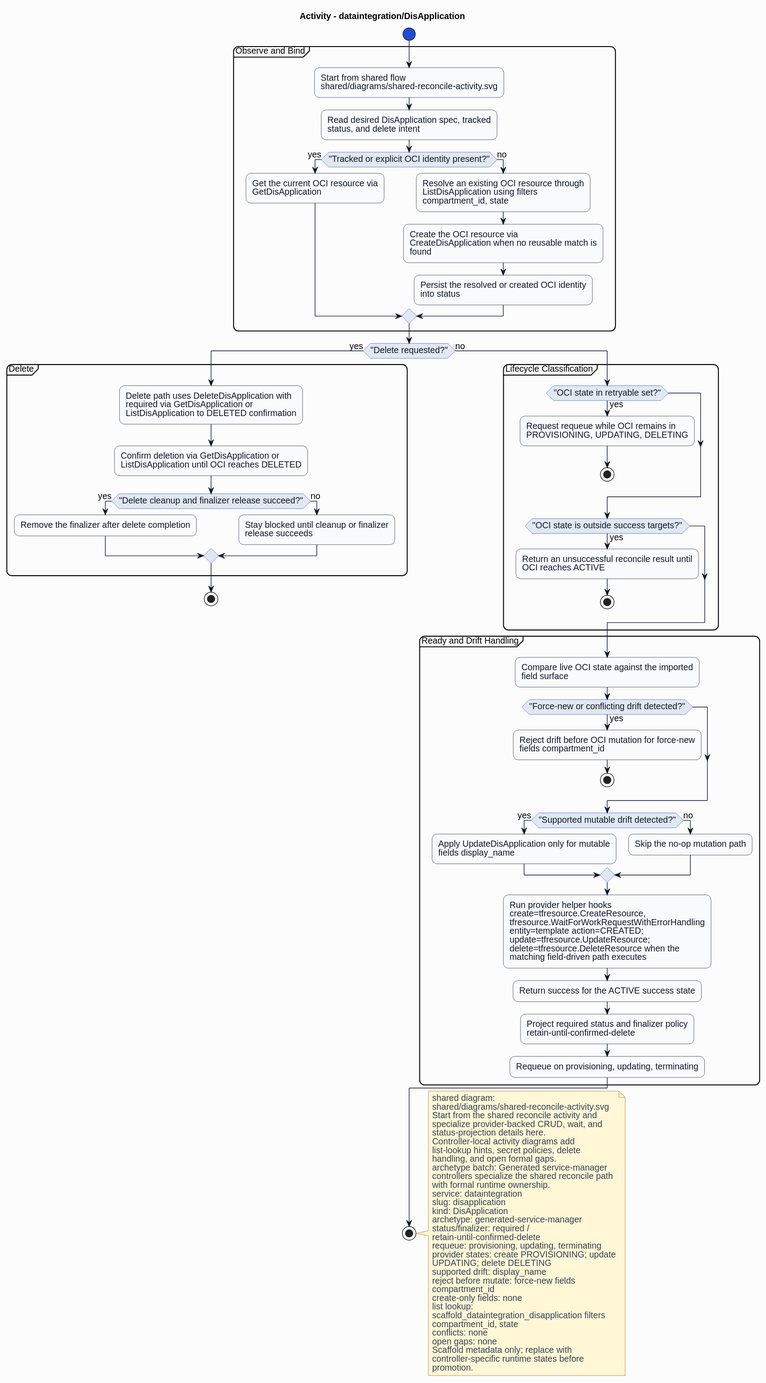
Earlier version of the PlantUML export formal/controllers/dataintegration/disapplication/diagrams/activity.svg (HaoyL666/oci-service-operator). The source it was exported from:
```plantuml
@startuml
skinparam shadowing false
skinparam backgroundColor #fcfcfd
skinparam defaultFontName Helvetica
skinparam defaultFontSize 14
skinparam arrowColor #0f172a
skinparam noteBackgroundColor #fff7d6
skinparam noteBorderColor #b45309
skinparam noteFontColor #334155
skinparam roundcorner 16
title Activity - dataintegration/DisApplication
skinparam activity {
  backgroundColor #f8fafc
  borderColor #0f172a
  fontColor #0f172a
  diamondBackgroundColor #e2e8f0
  diamondBorderColor #1d4ed8
  diamondFontColor #0f172a
  startColor #1d4ed8
  endColor #0f172a
  barColor #1d4ed8
}
start
partition "Observe and Bind" {
:Start from shared flow\nshared/diagrams/shared-reconcile-activity.svg;
:Read desired DisApplication spec, tracked\nstatus, and delete intent;
if ("Tracked or explicit OCI identity present?") then (yes)
:Get the current OCI resource via\nGetDisApplication;
else (no)
:Resolve an existing OCI resource through\nListDisApplication using filters\ncompartment_id, state;
:Create the OCI resource via\nCreateDisApplication when no reusable match is\nfound;
:Persist the resolved or created OCI identity\ninto status;
endif
}
if ("Delete requested?") then (yes)
partition "Delete" {
:Delete path uses DeleteDisApplication with\nrequired via GetDisApplication or\nListDisApplication to DELETED confirmation;
:Confirm deletion via GetDisApplication or\nListDisApplication until OCI reaches DELETED;
if ("Delete cleanup and finalizer release succeed?") then (yes)
:Remove the finalizer after delete completion;
else (no)
:Stay blocked until cleanup or finalizer\nrelease succeeds;
endif
}
stop
else (no)
partition "Lifecycle Classification" {
if ("OCI state in retryable set?") then (yes)
:Request requeue while OCI remains in\nPROVISIONING, UPDATING, DELETING;
stop
endif
if ("OCI state is outside success targets?") then (yes)
:Return an unsuccessful reconcile result until\nOCI reaches ACTIVE;
stop
endif
}
partition "Ready and Drift Handling" {
:Compare live OCI state against the imported\nfield surface;
if ("Force-new or conflicting drift detected?") then (yes)
:Reject drift before OCI mutation for force-new\nfields compartment_id;
stop
endif
if ("Supported mutable drift detected?") then (yes)
:Apply UpdateDisApplication only for mutable\nfields display_name;
else (no)
:Skip the no-op mutation path;
endif
:Run provider helper hooks\ncreate=tfresource.CreateResource,\ntfresource.WaitForWorkRequestWithErrorHandling\nentity=template action=CREATED;\nupdate=tfresource.UpdateResource;\ndelete=tfresource.DeleteResource when the\nmatching field-driven path executes;
:Return success for the ACTIVE success state;
:Project required status and finalizer policy\nretain-until-confirmed-delete;
:Requeue on provisioning, updating, terminating;
}
endif
stop
note right
shared diagram:
shared/diagrams/shared-reconcile-activity.svg
Start from the shared reconcile activity and
specialize provider-backed CRUD, wait, and
status-projection details here.
Controller-local activity diagrams add
list-lookup hints, secret policies, delete
handling, and open formal gaps.
archetype batch: Generated service-manager
controllers specialize the shared reconcile path
with formal runtime ownership.
service: dataintegration
slug: disapplication
kind: DisApplication
archetype: generated-service-manager
status/finalizer: required /
retain-until-confirmed-delete
requeue: provisioning, updating, terminating
provider states: create PROVISIONING; update
UPDATING; delete DELETING
supported drift: display_name
reject before mutate: force-new fields
compartment_id
create-only fields: none
list lookup:
scaffold_dataintegration_disapplication filters
compartment_id, state
conflicts: none
open gaps: none
Scaffold metadata only; replace with
controller-specific runtime states before
promotion.
end note
@enduml
```
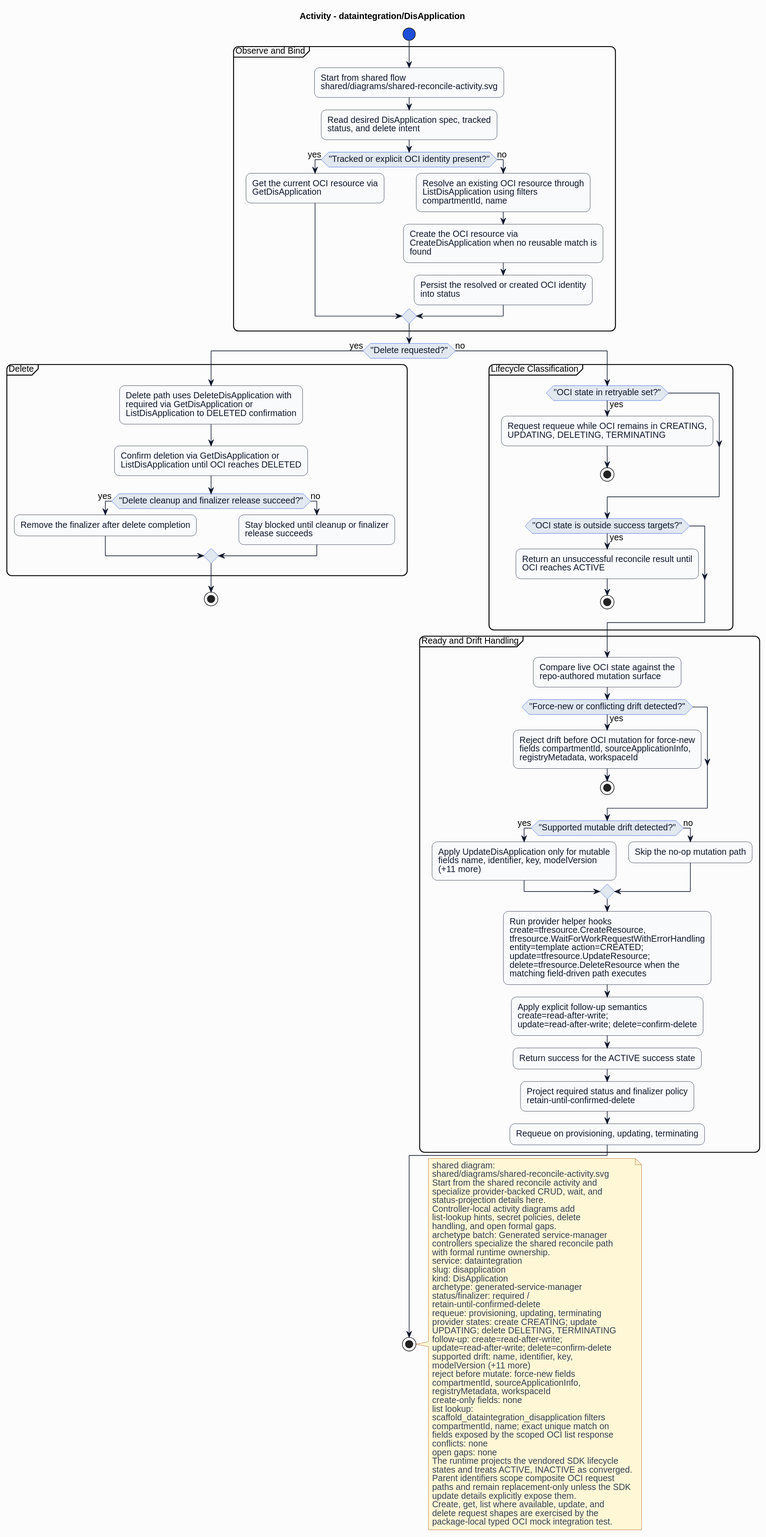
After the commit.

Diff of the diagram source:
```diff
@@ -27,7 +27,7 @@
 if ("Tracked or explicit OCI identity present?") then (yes)
 :Get the current OCI resource via\nGetDisApplication;
 else (no)
-:Resolve an existing OCI resource through\nListDisApplication using filters\ncompartment_id, state;
+:Resolve an existing OCI resource through\nListDisApplication using filters\ncompartmentId, name;
 :Create the OCI resource via\nCreateDisApplication when no reusable match is\nfound;
 :Persist the resolved or created OCI identity\ninto status;
 endif
@@ -46,7 +46,7 @@
 else (no)
 partition "Lifecycle Classification" {
 if ("OCI state in retryable set?") then (yes)
-:Request requeue while OCI remains in\nPROVISIONING, UPDATING, DELETING;
+:Request requeue while OCI remains in CREATING,\nUPDATING, DELETING, TERMINATING;
 stop
 endif
 if ("OCI state is outside success targets?") then (yes)
@@ -55,17 +55,18 @@
 endif
 }
 partition "Ready and Drift Handling" {
-:Compare live OCI state against the imported\nfield surface;
+:Compare live OCI state against the\nrepo-authored mutation surface;
 if ("Force-new or conflicting drift detected?") then (yes)
-:Reject drift before OCI mutation for force-new\nfields compartment_id;
+:Reject drift before OCI mutation for force-new\nfields compartmentId, sourceApplicationInfo,\nregistryMetadata, workspaceId;
 stop
 endif
 if ("Supported mutable drift detected?") then (yes)
-:Apply UpdateDisApplication only for mutable\nfields display_name;
+:Apply UpdateDisApplication only for mutable\nfields name, identifier, key, modelVersion\n(+11 more);
 else (no)
 :Skip the no-op mutation path;
 endif
 :Run provider helper hooks\ncreate=tfresource.CreateResource,\ntfresource.WaitForWorkRequestWithErrorHandling\nentity=template action=CREATED;\nupdate=tfresource.UpdateResource;\ndelete=tfresource.DeleteResource when the\nmatching field-driven path executes;
+:Apply explicit follow-up semantics\ncreate=read-after-write;\nupdate=read-after-write; delete=confirm-delete;
 :Return success for the ACTIVE success state;
 :Project required status and finalizer policy\nretain-until-confirmed-delete;
 :Requeue on provisioning, updating, terminating;
@@ -91,19 +92,29 @@
 status/finalizer: required /
 retain-until-confirmed-delete
 requeue: provisioning, updating, terminating
-provider states: create PROVISIONING; update
-UPDATING; delete DELETING
-supported drift: display_name
+provider states: create CREATING; update
+UPDATING; delete DELETING, TERMINATING
+follow-up: create=read-after-write;
+update=read-after-write; delete=confirm-delete
+supported drift: name, identifier, key,
+modelVersion (+11 more)
 reject before mutate: force-new fields
-compartment_id
+compartmentId, sourceApplicationInfo,
+registryMetadata, workspaceId
 create-only fields: none
 list lookup:
 scaffold_dataintegration_disapplication filters
-compartment_id, state
+compartmentId, name; exact unique match on
+fields exposed by the scoped OCI list response
 conflicts: none
 open gaps: none
-Scaffold metadata only; replace with
-controller-specific runtime states before
-promotion.
+The runtime projects the vendored SDK lifecycle
+states and treats ACTIVE, INACTIVE as converged.
+Parent identifiers scope composite OCI request
+paths and remain replacement-only unless the SDK
+update details explicitly expose them.
+Create, get, list where available, update, and
+delete request shapes are exercised by the
+package-local typed OCI mock integration test.
 end note
 @enduml
```
